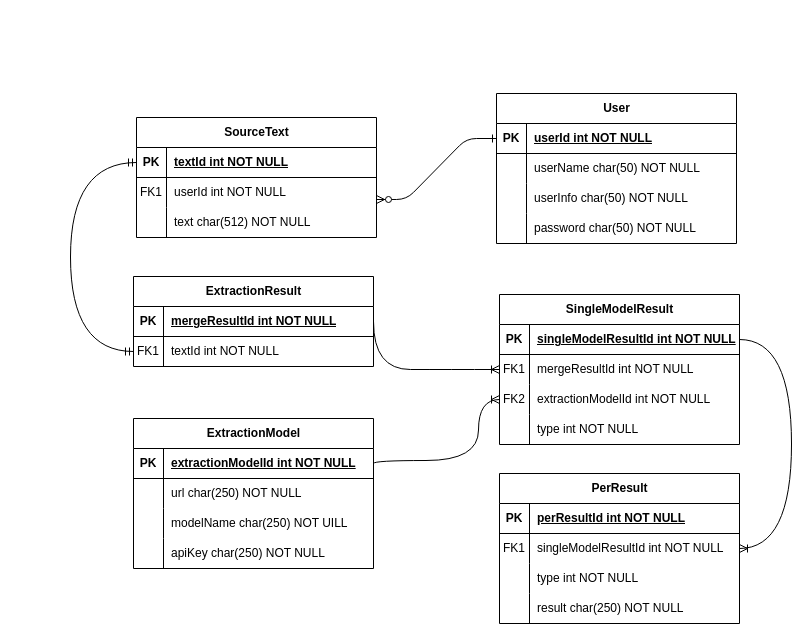
The draw.io diagram ER图.drawio in Wonderful23/algorithm, before the edit. Source tidied: cells renumbered, new cells numbered last; positions are measured from the earlier drawing's top-left corner, leaving out a move shared by most shapes. Both pictures are drawn from the tidied source at 100%, with x=0, y=0 at pixel (70, -110).
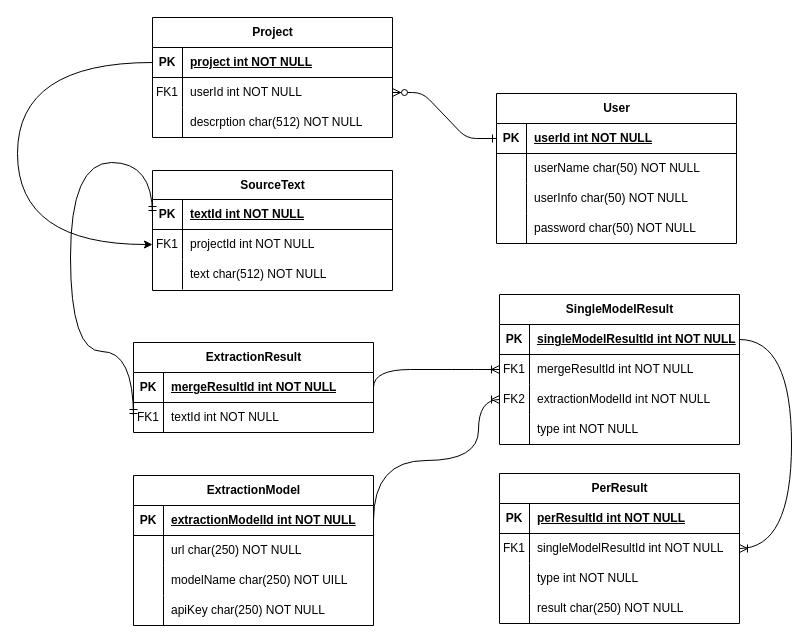
The same diagram, later.

Unchanged cells that the change refers to:
```xml
<mxCell id="3" style="shape=tableRow;horizontal=0;startSize=0;swimlaneHead=0;swimlaneBody=0;fillColor=none;points=[[0,0.5],[1,0.5]];portConstraint=eastwest;top=0;left=0;right=0;bottom=1;" parent="2" vertex="1">
  <mxGeometry y="30" width="240" height="30" as="geometry" />
</mxCell>
```

Change to the diagram source:
```diff
@@
-    <mxCell id="15" value="SourceText" style="shape=table;startSize=30;childLayout=tableLayout;rowLines=0;fontStyle=1;align=center;html=1;" parent="1" vertex="1">
-      <mxGeometry x="66" y="227" width="240" height="120" as="geometry" />
+    <mxCell id="15" value="SourceText" style="shape=table;startSize=29;childLayout=tableLayout;rowLines=0;fontStyle=1;align=center;html=1;" parent="1" vertex="1">
+      <mxGeometry x="82" y="280" width="240" height="120" as="geometry" />
     </mxCell>
     <mxCell id="16" style="shape=tableRow;horizontal=0;startSize=0;swimlaneHead=0;swimlaneBody=0;fillColor=none;points=[[0,0.5],[1,0.5]];portConstraint=eastwest;top=0;left=0;right=0;bottom=1;" parent="15" vertex="1">
-      <mxGeometry y="30" width="240" height="30" as="geometry" />
+      <mxGeometry y="29" width="240" height="30" as="geometry" />
     </mxCell>
@@
     <mxCell id="19" style="shape=tableRow;horizontal=0;startSize=0;swimlaneHead=0;swimlaneBody=0;fillColor=none;points=[[0,0.5],[1,0.5]];portConstraint=eastwest;top=0;left=0;right=0;bottom=0;" parent="15" vertex="1">
-      <mxGeometry y="60" width="240" height="30" as="geometry" />
+      <mxGeometry y="59" width="240" height="30" as="geometry" />
     </mxCell>
@@
-    <mxCell id="21" value="userId int NOT NULL" style="shape=partialRectangle;fillColor=none;top=0;left=0;bottom=0;right=0;align=left;spacingLeft=6;overflow=hidden;whiteSpace=wrap;html=1;" parent="19" vertex="1">
+    <mxCell id="21" value="projectId int NOT NULL" style="shape=partialRectangle;fillColor=none;top=0;left=0;bottom=0;right=0;align=left;spacingLeft=6;overflow=hidden;whiteSpace=wrap;html=1;" parent="19" vertex="1">
       <mxGeometry x="30" width="210" height="30" as="geometry" />
     </mxCell>
     <mxCell id="22" style="shape=tableRow;horizontal=0;startSize=0;swimlaneHead=0;swimlaneBody=0;fillColor=none;top=0;left=0;right=0;bottom=0;" parent="15" vertex="1">
-      <mxGeometry y="90" width="240" height="30" as="geometry" />
+      <mxGeometry y="89" width="240" height="30" as="geometry" />
     </mxCell>
@@
     <mxCell id="25" value="ExtractionResult" style="shape=table;startSize=30;childLayout=tableLayout;rowLines=0;fontStyle=1;align=center;html=1;" parent="1" vertex="1">
-      <mxGeometry x="63" y="386" width="240" height="90" as="geometry" />
+      <mxGeometry x="63" y="452" width="240" height="90" as="geometry" />
     </mxCell>
@@
     <mxCell id="58" value="ExtractionModel" style="shape=table;startSize=30;childLayout=tableLayout;rowLines=0;fontStyle=1;align=center;html=1;" parent="1" vertex="1">
-      <mxGeometry x="63" y="528" width="240" height="150" as="geometry" />
+      <mxGeometry x="63" y="585" width="240" height="150" as="geometry" />
     </mxCell>
@@
-    <mxCell id="72" style="edgeStyle=entityRelationEdgeStyle;endArrow=ERzeroToMany;startArrow=ERone;endFill=1;startFill=0;entryX=1;entryY=0.733;entryDx=0;entryDy=0;entryPerimeter=0;exitX=0;exitY=0.5;exitDx=0;exitDy=0;" parent="1" edge="1" source="3" target="19">
+    <mxCell id="72" style="edgeStyle=entityRelationEdgeStyle;endArrow=ERzeroToMany;startArrow=ERone;endFill=1;startFill=0;exitX=0;exitY=0.5;exitDx=0;exitDy=0;entryX=1;entryY=0.5;entryDx=0;entryDy=0;" parent="1" edge="1" source="3" target="80">
       <mxGeometry relative="1" as="geometry">
         <Array as="points">
           <mxPoint x="503" y="372" />
           <mxPoint x="399" />
           <mxPoint x="432" y="191" />
           <mxPoint x="437" y="118" />
         </Array>
       </mxGeometry>
     </mxCell>
@@
+    <mxCell id="76" value="Project" style="shape=table;startSize=30;childLayout=tableLayout;rowLines=0;fontStyle=1;align=center;html=1;" parent="1" vertex="1">
+      <mxGeometry x="82" y="127" width="240" height="120" as="geometry" />
+    </mxCell>
+    <mxCell id="77" style="shape=tableRow;horizontal=0;startSize=0;swimlaneHead=0;swimlaneBody=0;fillColor=none;points=[[0,0.5],[1,0.5]];portConstraint=eastwest;top=0;left=0;right=0;bottom=1;" parent="76" vertex="1">
+      <mxGeometry y="30" width="240" height="30" as="geometry" />
+    </mxCell>
+    <mxCell id="78" value="PK" style="shape=partialRectangle;fillColor=none;top=0;left=0;bottom=0;right=0;fontStyle=1;overflow=hidden;whiteSpace=wrap;html=1;" parent="77" vertex="1">
+      <mxGeometry width="30" height="30" as="geometry" />
+    </mxCell>
+    <mxCell id="79" value="project int NOT NULL" style="shape=partialRectangle;fillColor=none;top=0;left=0;bottom=0;right=0;align=left;spacingLeft=6;fontStyle=5;overflow=hidden;whiteSpace=wrap;html=1;" parent="77" vertex="1">
+      <mxGeometry x="30" width="210" height="30" as="geometry" />
+    </mxCell>
+    <mxCell id="80" style="shape=tableRow;horizontal=0;startSize=0;swimlaneHead=0;swimlaneBody=0;fillColor=none;points=[[0,0.5],[1,0.5]];portConstraint=eastwest;top=0;left=0;right=0;bottom=0;" parent="76" vertex="1">
+      <mxGeometry y="60" width="240" height="30" as="geometry" />
+    </mxCell>
+    <mxCell id="81" value="FK1" style="shape=partialRectangle;fillColor=none;top=0;left=0;bottom=0;right=0;overflow=hidden;whiteSpace=wrap;html=1;" parent="80" vertex="1">
+      <mxGeometry width="30" height="30" as="geometry" />
+    </mxCell>
+    <mxCell id="82" value="userId int NOT NULL" style="shape=partialRectangle;fillColor=none;top=0;left=0;bottom=0;right=0;align=left;spacingLeft=6;overflow=hidden;whiteSpace=wrap;html=1;" parent="80" vertex="1">
+      <mxGeometry x="30" width="210" height="30" as="geometry" />
+    </mxCell>
+    <mxCell id="83" style="shape=tableRow;horizontal=0;startSize=0;swimlaneHead=0;swimlaneBody=0;fillColor=none;top=0;left=0;right=0;bottom=0;" parent="76" vertex="1">
+      <mxGeometry y="90" width="240" height="30" as="geometry" />
+    </mxCell>
+    <mxCell id="84" style="shape=partialRectangle;fillColor=none;top=0;left=0;bottom=0;right=0;overflow=hidden;whiteSpace=wrap;html=1;" parent="83" vertex="1">
+      <mxGeometry width="30" height="30" as="geometry" />
+    </mxCell>
+    <mxCell id="85" value="descrption char(512) NOT NULL" style="shape=partialRectangle;fillColor=none;top=0;left=0;bottom=0;right=0;align=left;spacingLeft=6;overflow=hidden;whiteSpace=wrap;html=1;" parent="83" vertex="1">
+      <mxGeometry x="30" width="210" height="30" as="geometry" />
+    </mxCell>
+    <mxCell id="86" style="edgeStyle=orthogonalEdgeStyle;rounded=0;jettySize=auto;html=1;exitX=0;exitY=0.5;exitDx=0;exitDy=0;entryX=0;entryY=0.5;entryDx=0;entryDy=0;curved=1;" parent="1" edge="1" source="77" target="19">
+      <mxGeometry relative="1" as="geometry">
+        <Array as="points">
+          <mxPoint x="-53" y="172" />
+          <mxPoint x="-53" y="354" />
+        </Array>
+      </mxGeometry>
+    </mxCell>
```
